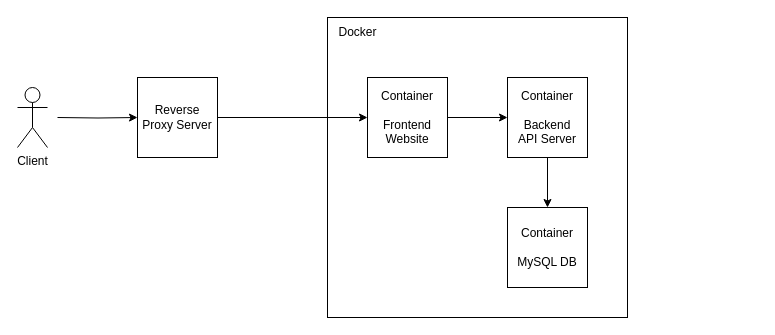
The draw.io diagram doc/System-Architecture.drawio in tommygood/Meeting-Room-Booking-System, before the edit. Source tidied: cells renumbered, new cells numbered last; positions are measured from the earlier drawing's top-left corner, leaving out a move shared by most shapes. Both pictures are drawn from the tidied source at 100%, with x=0, y=0 at pixel (17, 17).
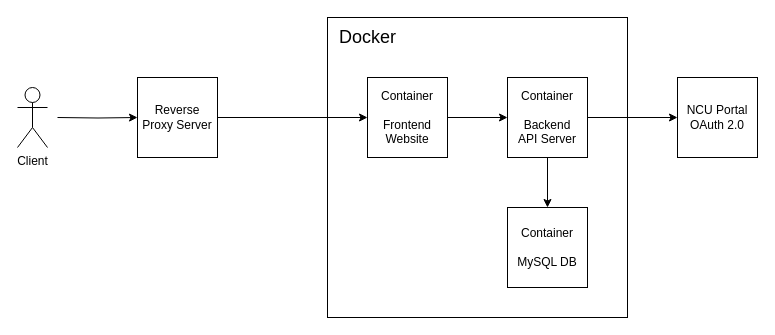
The same diagram, later.

Diff of the diagram source:
```diff
@@
 <mxGraphModel>
   <root>
     <mxCell id="0" />
     <mxCell id="1" parent="0" />
     <mxCell id="2" style="whiteSpace=wrap;html=1;" parent="1" vertex="1">
       <mxGeometry x="310" width="300" height="300" as="geometry" />
     </mxCell>
     <mxCell id="3" style="edgeStyle=orthogonalEdgeStyle;rounded=0;jettySize=auto;html=1;exitX=0.5;exitY=1;exitDx=0;exitDy=0;entryX=0.5;entryY=0;entryDx=0;entryDy=0;" parent="1" edge="1" source="4" target="7">
       <mxGeometry relative="1" as="geometry" />
     </mxCell>
+    <mxCell id="13" style="edgeStyle=orthogonalEdgeStyle;rounded=0;jettySize=auto;html=1;exitX=1;exitY=0.5;exitDx=0;exitDy=0;entryX=0;entryY=0.5;entryDx=0;entryDy=0;" parent="1" edge="1" source="4" target="14">
+      <mxGeometry relative="1" as="geometry" />
+    </mxCell>
     <mxCell id="4" value="Container&lt;div&gt;&lt;br&gt;&lt;div&gt;Backend&lt;div&gt;API Server&lt;/div&gt;&lt;/div&gt;&lt;/div&gt;" style="whiteSpace=wrap;html=1;" parent="1" vertex="1">
       <mxGeometry x="490" y="60" width="80" height="80" as="geometry" />
     </mxCell>
     <mxCell id="5" style="edgeStyle=orthogonalEdgeStyle;rounded=0;jettySize=auto;html=1;exitX=1;exitY=0.5;exitDx=0;exitDy=0;" parent="1" edge="1" source="6" target="4">
       <mxGeometry relative="1" as="geometry" />
     </mxCell>
     <mxCell id="6" value="&lt;div&gt;Container&lt;/div&gt;&lt;div&gt;&lt;br&gt;&lt;/div&gt;Frontend&lt;div&gt;Website&lt;/div&gt;" style="whiteSpace=wrap;html=1;" parent="1" vertex="1">
       <mxGeometry x="350" y="60" width="80" height="80" as="geometry" />
     </mxCell>
     <mxCell id="7" value="Container&lt;div&gt;&lt;br&gt;&lt;/div&gt;&lt;div&gt;MySQL DB&lt;/div&gt;" style="whiteSpace=wrap;html=1;" parent="1" vertex="1">
       <mxGeometry x="490" y="190" width="80" height="80" as="geometry" />
     </mxCell>
-    <mxCell id="8" value="Docker" style="text;html=1;align=center;verticalAlign=middle;strokeColor=none;fillColor=none;" parent="1" vertex="1">
-      <mxGeometry x="310" width="60" height="30" as="geometry" />
+    <mxCell id="8" value="&lt;font style=&quot;font-size: 18px;&quot;&gt;Docker&lt;/font&gt;" style="text;html=1;align=center;verticalAlign=middle;strokeColor=none;fillColor=none;" parent="1" vertex="1">
+      <mxGeometry x="310" width="80" height="40" as="geometry" />
     </mxCell>
     <mxCell id="9" style="edgeStyle=orthogonalEdgeStyle;rounded=0;jettySize=auto;html=1;" parent="1" edge="1" target="11">
       <mxGeometry relative="1" as="geometry">
         <mxPoint x="40" y="100" as="sourcePoint" />
       </mxGeometry>
     </mxCell>
     <mxCell id="10" style="edgeStyle=orthogonalEdgeStyle;rounded=0;jettySize=auto;html=1;exitX=1;exitY=0.5;exitDx=0;exitDy=0;" parent="1" edge="1" source="11" target="6">
       <mxGeometry relative="1" as="geometry" />
     </mxCell>
     <mxCell id="11" value="&lt;div&gt;Reverse&lt;/div&gt;Proxy Server" style="whiteSpace=wrap;html=1;" parent="1" vertex="1">
       <mxGeometry x="120" y="60" width="80" height="80" as="geometry" />
     </mxCell>
     <mxCell id="12" value="Client" style="shape=umlActor;verticalLabelPosition=bottom;verticalAlign=top;html=1;" parent="1" vertex="1">
       <mxGeometry y="70" width="30" height="60" as="geometry" />
     </mxCell>
+    <mxCell id="14" value="NCU Portal&lt;div&gt;OAuth 2.0&lt;/div&gt;" style="whiteSpace=wrap;html=1;" parent="1" vertex="1">
+      <mxGeometry x="660" y="60" width="80" height="80" as="geometry" />
+    </mxCell>
   </root>
 </mxGraphModel>
```
